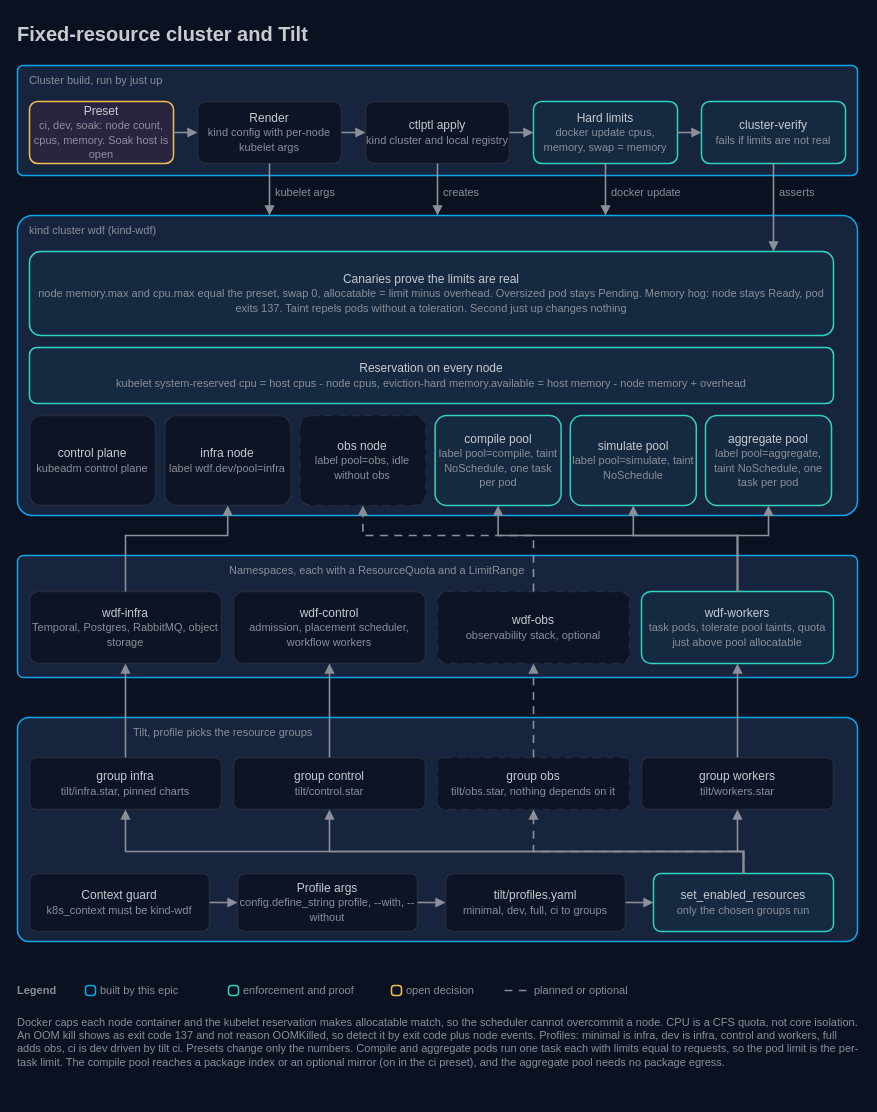
AndoNorth/wasm-dag-forge keeps this draw.io diagram as docs/architecture/09-cluster-and-tilt.drawio. Above is the earlier version. Source tidied: cells renumbered, new cells numbered last; positions are measured from the earlier drawing's top-left corner, leaving out a move shared by most shapes. Both pictures are drawn from the tidied source at 100%, with x=0, y=0 at pixel (17, 17).
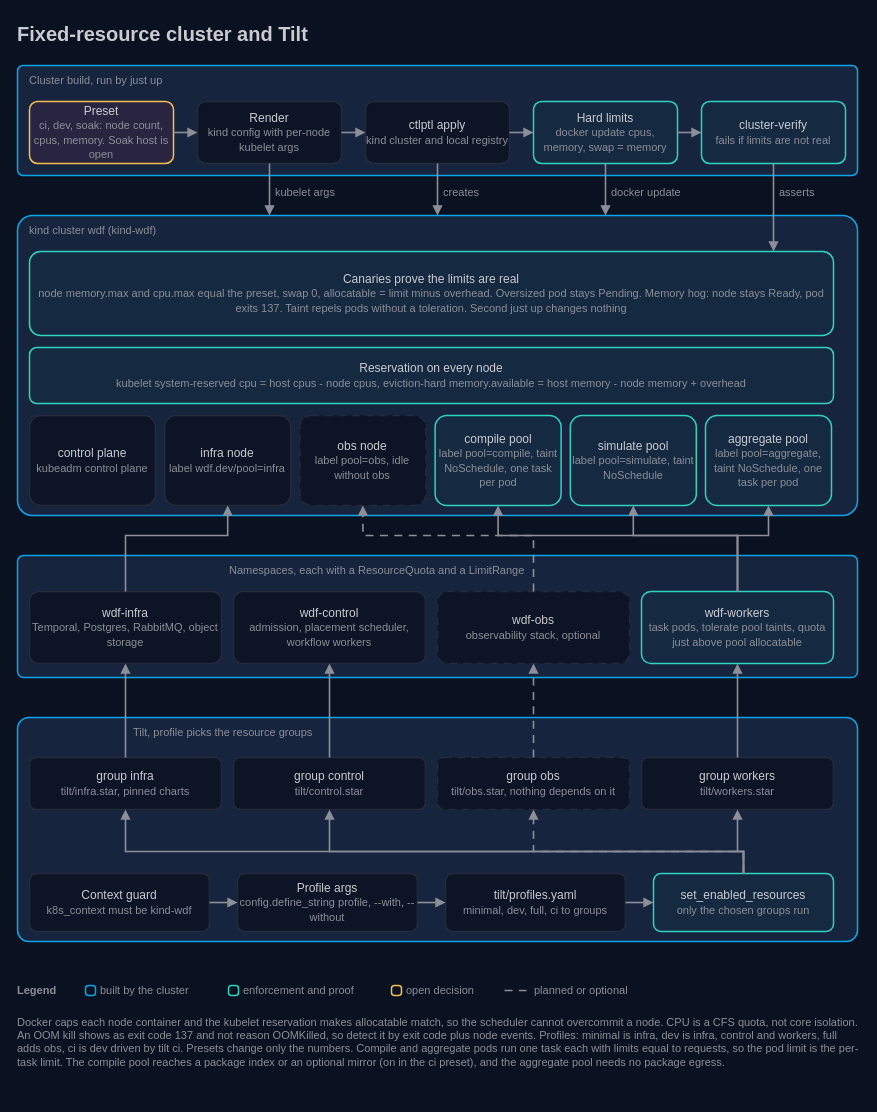
Above is the later version.

What changed in the source:
```diff
@@
-    <mxCell id="66" value="built by this epic" style="text;html=1;strokeColor=none;fillColor=none;align=left;verticalAlign=middle;whiteSpace=nowrap;fontColor=#8c8f98;fontSize=11;fontFamily=IBM Plex Sans;spacing=0;" parent="1" vertex="1">
+    <mxCell id="66" value="built by the cluster" style="text;html=1;strokeColor=none;fillColor=none;align=left;verticalAlign=middle;whiteSpace=nowrap;fontColor=#8c8f98;fontSize=11;fontFamily=IBM Plex Sans;spacing=0;" parent="1" vertex="1">
       <mxGeometry x="83" y="964" width="110" height="18" as="geometry" />
     </mxCell>
```
